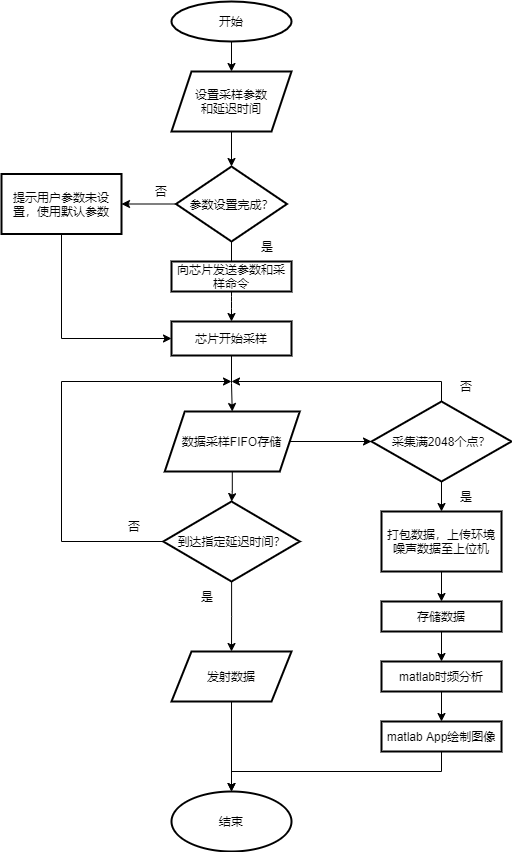
Earlier version of the draw.io export public/static/workflow2.png (wy201707/ArcGIS_vue). Source tidied: cells renumbered, new cells last; positions are measured from the earlier drawing's top-left corner, leaving out a move shared by most shapes.
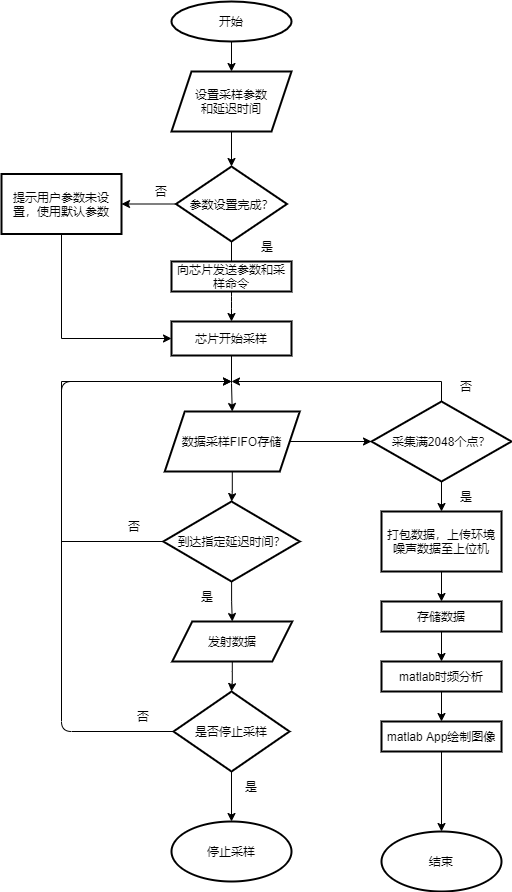
The same file after the commit.

What changed in the source:
```diff
@@ -80,11 +80,8 @@
     <mxCell id="22" value="打包数据，上传环境噪声数据至上位机" style="rounded=0;whiteSpace=wrap;html=1;strokeWidth=2;shadow=0;sketch=0;" parent="1" vertex="1">
       <mxGeometry x="380" y="510" width="120" height="60" as="geometry" />
     </mxCell>
-    <mxCell id="23" style="edgeStyle=orthogonalEdgeStyle;rounded=0;jettySize=auto;html=1;exitX=0.5;exitY=1;exitDx=0;exitDy=0;startArrow=none;shadow=0;sketch=0;" parent="1" edge="1" source="35" target="24">
-      <mxGeometry relative="1" as="geometry" />
-    </mxCell>
     <mxCell id="24" value="结束" style="ellipse;whiteSpace=wrap;html=1;rounded=0;strokeWidth=2;shadow=0;sketch=0;" parent="1" vertex="1">
-      <mxGeometry x="170" y="790" width="120" height="60" as="geometry" />
+      <mxGeometry x="380" y="830" width="120" height="60" as="geometry" />
     </mxCell>
     <mxCell id="25" value="否" style="text;html=1;align=center;verticalAlign=middle;whiteSpace=wrap;rounded=0;shadow=0;sketch=0;" parent="1" vertex="1">
       <mxGeometry x="103.2" y="510" width="60" height="30" as="geometry" />
@@ -121,16 +118,14 @@
     <mxCell id="34" value="matlab时频分析" style="rounded=0;whiteSpace=wrap;html=1;strokeWidth=2;shadow=0;sketch=0;" parent="1" vertex="1">
       <mxGeometry x="380" y="660" width="120" height="30" as="geometry" />
     </mxCell>
+    <mxCell id="42" style="edgeStyle=orthogonalEdgeStyle;curved=0;rounded=1;sketch=0;jettySize=auto;html=1;shadow=0;" parent="1" edge="1" source="35" target="46">
+      <mxGeometry relative="1" as="geometry" />
+    </mxCell>
     <mxCell id="35" value="&lt;span style=&quot;&quot;&gt;发射数据&lt;/span&gt;" style="shape=parallelogram;perimeter=parallelogramPerimeter;whiteSpace=wrap;html=1;fixedSize=1;strokeWidth=2;shadow=0;sketch=0;" parent="1" vertex="1">
-      <mxGeometry x="170" y="650" width="120" height="50" as="geometry" />
+      <mxGeometry x="170.8" y="620" width="120" height="40" as="geometry" />
     </mxCell>
-    <mxCell id="36" style="edgeStyle=orthogonalEdgeStyle;rounded=0;jettySize=auto;html=1;shadow=0;sketch=0;" parent="1" edge="1" source="37" target="24">
-      <mxGeometry relative="1" as="geometry">
-        <Array as="points">
-          <mxPoint x="440" y="770" />
-          <mxPoint x="230" y="770" />
-        </Array>
-      </mxGeometry>
+    <mxCell id="36" style="edgeStyle=orthogonalEdgeStyle;curved=0;rounded=1;sketch=0;jettySize=auto;html=1;entryX=0.5;entryY=0;entryDx=0;entryDy=0;shadow=0;" parent="1" edge="1" source="37" target="24">
+      <mxGeometry relative="1" as="geometry" />
     </mxCell>
     <mxCell id="37" value="matlab App绘制图像" style="rounded=0;whiteSpace=wrap;html=1;strokeWidth=2;shadow=0;sketch=0;" parent="1" vertex="1">
       <mxGeometry x="380" y="720" width="120" height="30" as="geometry" />
@@ -152,5 +147,29 @@
     <mxCell id="41" value="向芯片发送参数和采样命令" style="rounded=0;whiteSpace=wrap;html=1;shadow=0;sketch=0;fillColor=none;strokeWidth=2;" parent="1" vertex="1">
       <mxGeometry x="170" y="260" width="120" height="30" as="geometry" />
     </mxCell>
+    <mxCell id="43" value="停止采样" style="ellipse;whiteSpace=wrap;html=1;rounded=0;shadow=0;sketch=0;strokeWidth=2;fillColor=none;" parent="1" vertex="1">
+      <mxGeometry x="170" y="820" width="120" height="60" as="geometry" />
+    </mxCell>
+    <mxCell id="44" style="edgeStyle=orthogonalEdgeStyle;curved=0;rounded=1;sketch=0;jettySize=auto;html=1;entryX=0.5;entryY=0;entryDx=0;entryDy=0;shadow=0;" parent="1" edge="1" source="46" target="43">
+      <mxGeometry relative="1" as="geometry" />
+    </mxCell>
+    <mxCell id="45" style="edgeStyle=orthogonalEdgeStyle;rounded=1;sketch=0;jettySize=auto;html=1;shadow=0;" parent="1" edge="1" source="46">
+      <mxGeometry relative="1" as="geometry">
+        <mxPoint x="230" y="380" as="targetPoint" />
+        <Array as="points">
+          <mxPoint x="60" y="730" />
+          <mxPoint x="60" y="380" />
+        </Array>
+      </mxGeometry>
+    </mxCell>
+    <mxCell id="46" value="是否停止采样" style="rhombus;whiteSpace=wrap;html=1;rounded=0;shadow=0;sketch=0;strokeWidth=2;fillColor=none;" parent="1" vertex="1">
+      <mxGeometry x="172" y="690" width="116" height="80" as="geometry" />
+    </mxCell>
+    <mxCell id="47" value="是" style="text;html=1;align=center;verticalAlign=middle;whiteSpace=wrap;rounded=0;shadow=0;sketch=0;" parent="1" vertex="1">
+      <mxGeometry x="220" y="770" width="60" height="30" as="geometry" />
+    </mxCell>
+    <mxCell id="48" value="否" style="text;html=1;align=center;verticalAlign=middle;whiteSpace=wrap;rounded=0;shadow=0;sketch=0;" parent="1" vertex="1">
+      <mxGeometry x="112" y="700" width="60" height="30" as="geometry" />
+    </mxCell>
   </root>
 </mxGraphModel>
```
